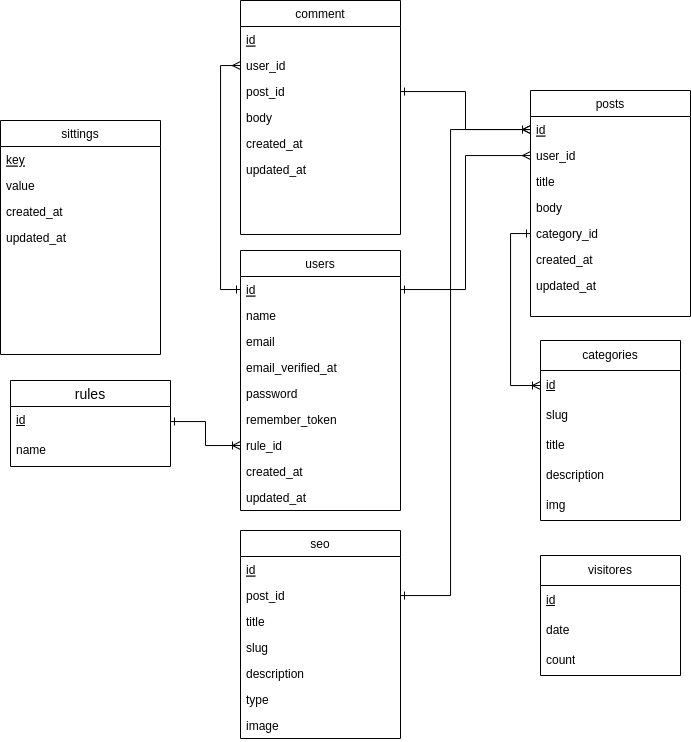
Before: database/ERD-blog.png, a diagram exported from draw.io (yhyasyrian/blog-laravel). Source tidied: cells renumbered, new cells last; positions are measured from the earlier drawing's top-left corner, leaving out a move shared by most shapes.
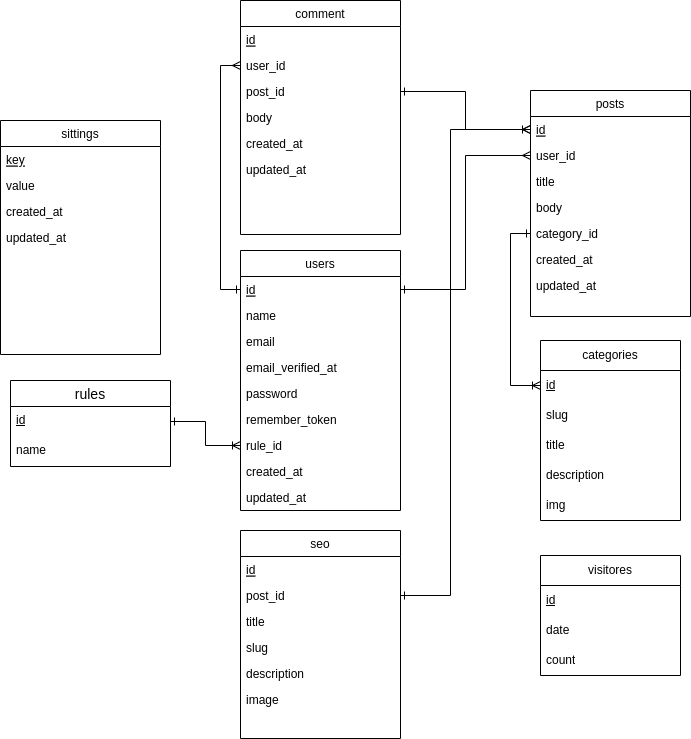
The same diagram one commit later.

Diff of the diagram source:
```diff
@@ -95,11 +95,8 @@
     <mxCell id="32" value="description" style="text;align=left;verticalAlign=top;spacingLeft=4;spacingRight=4;overflow=hidden;rounded=0;shadow=0;html=0;" parent="27" vertex="1">
       <mxGeometry y="130" width="160" height="26" as="geometry" />
     </mxCell>
-    <mxCell id="33" value="type" style="text;align=left;verticalAlign=top;spacingLeft=4;spacingRight=4;overflow=hidden;rounded=0;shadow=0;html=0;" parent="27" vertex="1">
-      <mxGeometry y="156" width="160" height="26" as="geometry" />
-    </mxCell>
     <mxCell id="34" value="image" style="text;align=left;verticalAlign=top;spacingLeft=4;spacingRight=4;overflow=hidden;rounded=0;shadow=0;html=0;fontStyle=0;" parent="27" vertex="1">
-      <mxGeometry y="182" width="160" height="26" as="geometry" />
+      <mxGeometry y="156" width="160" height="26" as="geometry" />
     </mxCell>
     <mxCell id="35" value="sittings" style="swimlane;fontStyle=0;align=center;verticalAlign=top;horizontal=1;startSize=26;rounded=0;shadow=0;strokeWidth=1;" parent="1" vertex="1">
       <mxGeometry y="120" width="160" height="234" as="geometry" />
```
